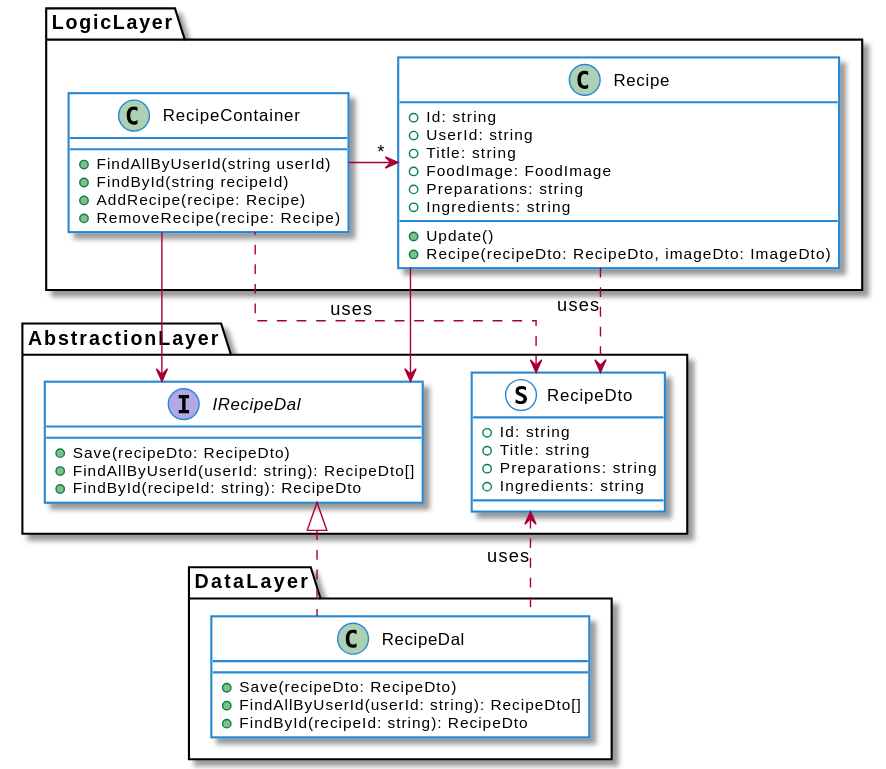
PepijnF/Kookboek keeps this PlantUML diagram as svg/Architectuur.svg. Above is the earlier version. Its diagram source:
```plantuml
@startuml
skinparam linetype ortho
skinparam shadowing true
skinparam handwritten false

!define struct(x) entity x << (S, white) >>

skinparam class {
    BackgroundColor white
    BorderColor #2688d4
}

package LogicLayer {
    class RecipeContainer {
        + FindAllByUserId(string userId)
        + FindById(string recipeId)
        + AddRecipe(recipe: Recipe)
        + RemoveRecipe(recipe: Recipe)
    }

    class Recipe {
        + Id: string
        + UserId: string
        + Title: string
        + FoodImage: FoodImage
        + Preparations: string
        + Ingredients: string

        + Update()
        + Recipe(recipeDto: RecipeDto, imageDto: ImageDto)
    }
}

package AbstractionLayer {
     struct(RecipeDto){
        + Id: string
        + Title: string
        + Preparations: string
        + Ingredients: string
    }

    interface IRecipeDal{
        + Save(recipeDto: RecipeDto)
        + FindAllByUserId(userId: string): RecipeDto[]
        + FindById(recipeId: string): RecipeDto
    }
}

package DataLayer {
    class RecipeDal {
        + Save(recipeDto: RecipeDto)
        + FindAllByUserId(userId: string): RecipeDto[]
        + FindById(recipeId: string): RecipeDto
    }
}


RecipeDal .u.|> IRecipeDal
RecipeContainer -r-> "*" Recipe

Recipe .r.> RecipeDto : uses
RecipeContainer .u.> RecipeDto : uses
RecipeDal .u.> RecipeDto : uses

Recipe -d-> IRecipeDal
RecipeContainer -d-> IRecipeDal

@enduml
```
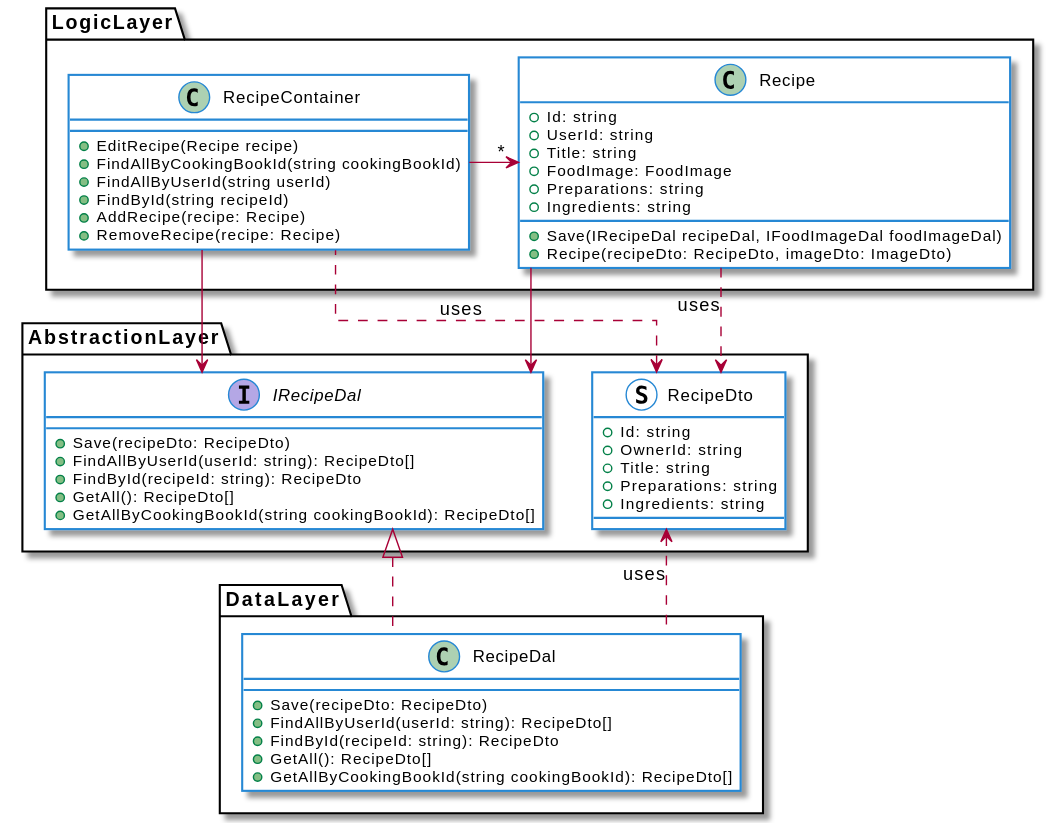
After the change.

The edit, as a diff of the source:
```diff
@@ -12,6 +12,8 @@
 
 package LogicLayer {
     class RecipeContainer {
+        + EditRecipe(Recipe recipe)
+        + FindAllByCookingBookId(string cookingBookId)
         + FindAllByUserId(string userId)
         + FindById(string recipeId)
         + AddRecipe(recipe: Recipe)
@@ -26,7 +28,7 @@
         + Preparations: string
         + Ingredients: string
 
-        + Update()
+        + Save(IRecipeDal recipeDal, IFoodImageDal foodImageDal)
         + Recipe(recipeDto: RecipeDto, imageDto: ImageDto)
     }
 }
@@ -34,6 +36,7 @@
 package AbstractionLayer {
      struct(RecipeDto){
         + Id: string
+        + OwnerId: string
         + Title: string
         + Preparations: string
         + Ingredients: string
@@ -43,6 +46,8 @@
         + Save(recipeDto: RecipeDto)
         + FindAllByUserId(userId: string): RecipeDto[]
         + FindById(recipeId: string): RecipeDto
+        + GetAll(): RecipeDto[]
+        + GetAllByCookingBookId(string cookingBookId): RecipeDto[]
     }
 }
 
@@ -51,6 +56,8 @@
         + Save(recipeDto: RecipeDto)
         + FindAllByUserId(userId: string): RecipeDto[]
         + FindById(recipeId: string): RecipeDto
+        + GetAll(): RecipeDto[]
+        + GetAllByCookingBookId(string cookingBookId): RecipeDto[]
     }
 }
 
```
